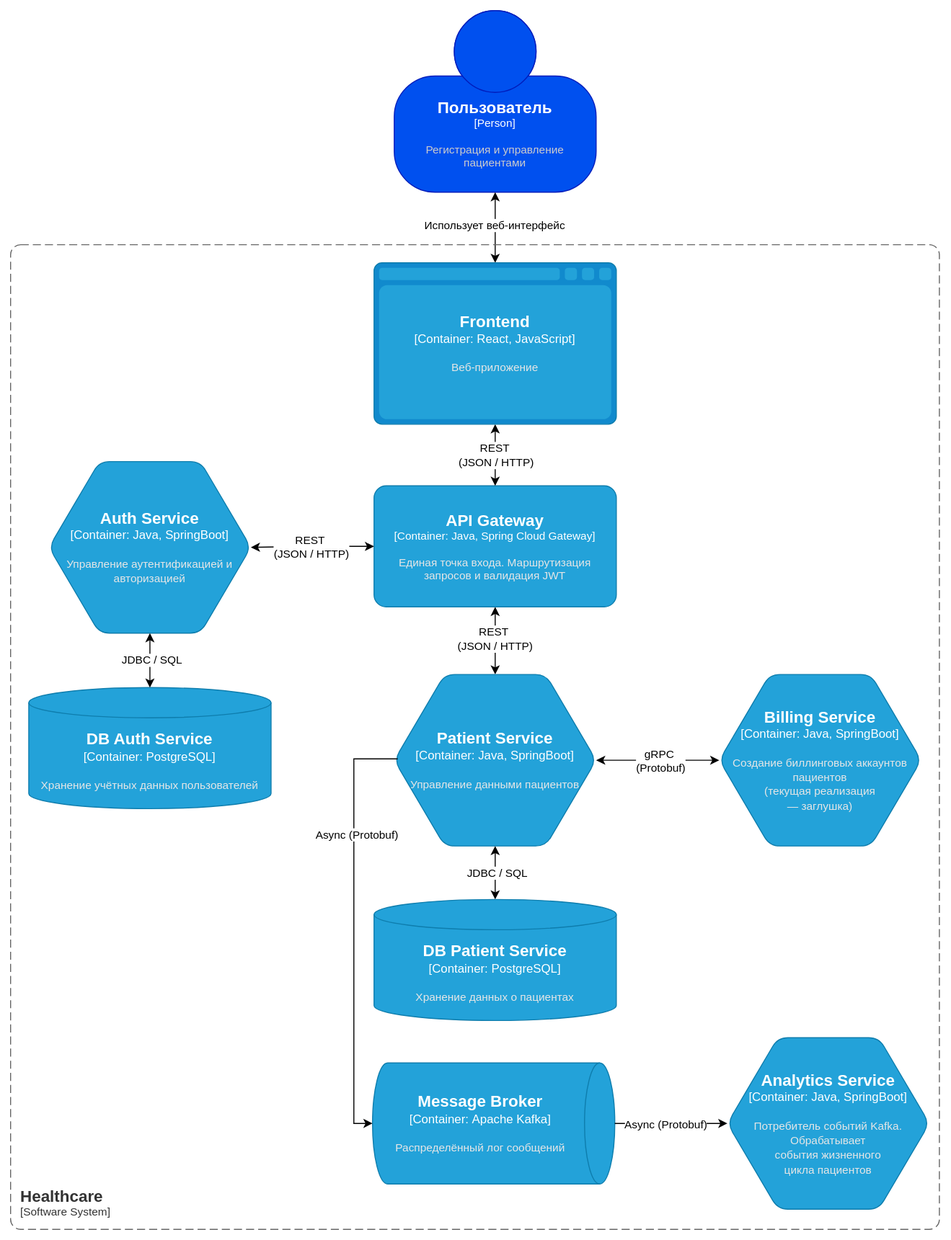
Earlier version of the draw.io export Docs/As-is/Diagrams/HealthcareC4.svg (ni1a207/Healthcare-System). Source tidied: cells renumbered, new cells last; positions are measured from the earlier drawing's top-left corner, leaving out a move shared by most shapes.
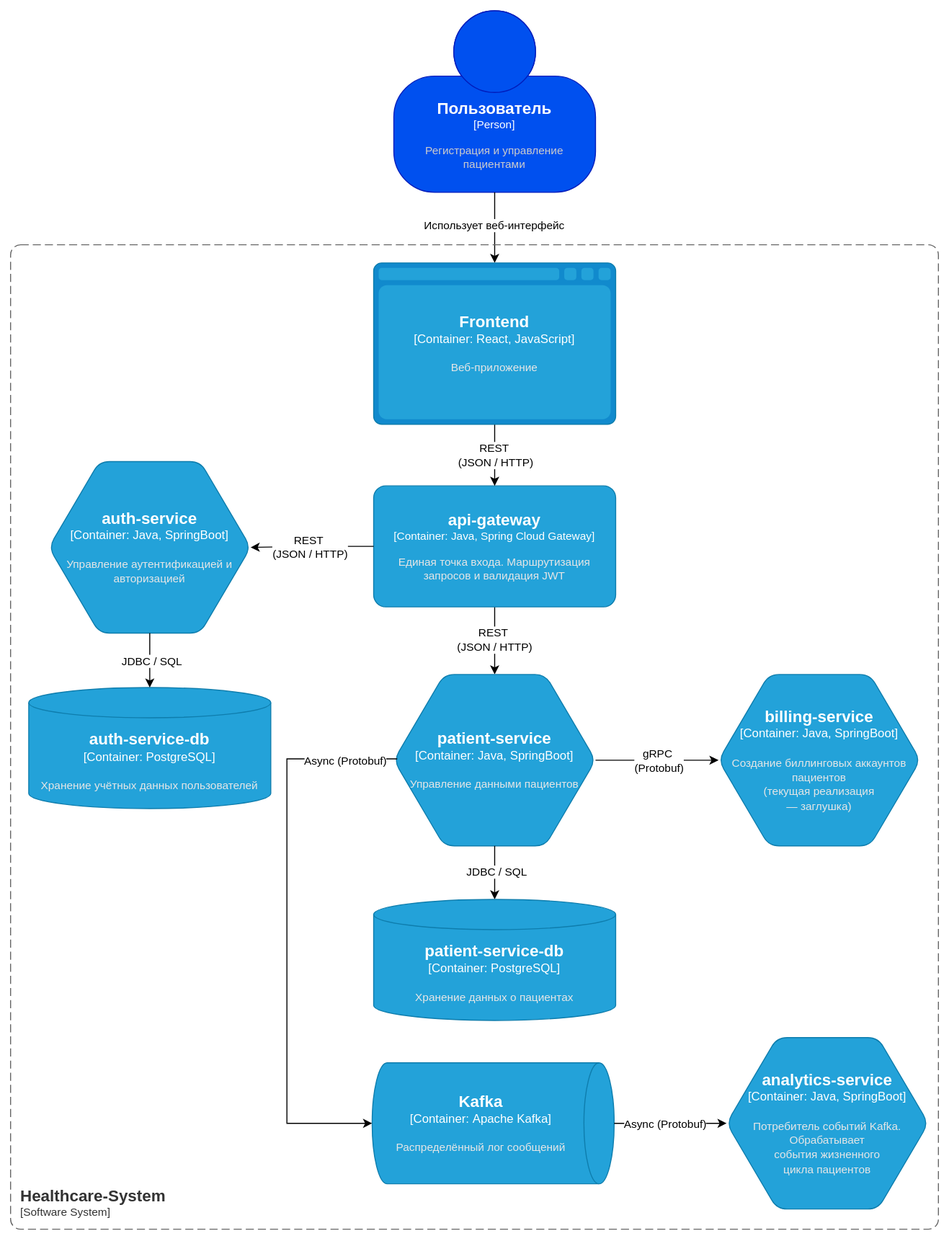
The same diagram one commit later.

The edit, as a diff of the source:
```diff
@@ -7,10 +7,10 @@
         <mxGeometry x="380" width="200" height="180" as="geometry" />
       </mxCell>
     </object>
-    <mxCell id="3" style="edgeStyle=orthogonalEdgeStyle;rounded=0;jettySize=auto;html=1;entryX=0.5;entryY=0;entryDx=0;entryDy=0;entryPerimeter=0;startArrow=classic;startFill=1;" parent="1" edge="1" source="2" target="12">
+    <mxCell id="3" style="edgeStyle=orthogonalEdgeStyle;rounded=0;jettySize=auto;html=1;entryX=0.5;entryY=0;entryDx=0;entryDy=0;entryPerimeter=0;startArrow=none;startFill=0;" parent="1" edge="1" source="2" target="12">
       <mxGeometry relative="1" as="geometry" />
     </mxCell>
-    <mxCell id="4" style="edgeStyle=orthogonalEdgeStyle;rounded=0;jettySize=auto;html=1;startArrow=classic;startFill=1;" parent="1" edge="1" source="6" target="8">
+    <mxCell id="4" style="edgeStyle=orthogonalEdgeStyle;rounded=0;jettySize=auto;html=1;startArrow=none;startFill=0;" parent="1" edge="1" source="6" target="8">
       <mxGeometry relative="1" as="geometry" />
     </mxCell>
     <mxCell id="5" value="REST&amp;nbsp;&lt;div&gt;(JSON / HTTP)&lt;/div&gt;" style="edgeLabel;html=1;align=center;verticalAlign=middle;" parent="4" vertex="1">
@@ -18,27 +18,27 @@
         <mxPoint y="2" as="offset" />
       </mxGeometry>
     </mxCell>
-    <object id="6" label="&lt;font style=&quot;font-size: 16px&quot;&gt;&lt;b&gt;%c4Name%&lt;/b&gt;&lt;/font&gt;&lt;div&gt;[%c4Type%: %c4Technology%]&lt;/div&gt;&lt;br&gt;&lt;div&gt;&lt;font style=&quot;font-size: 11px&quot;&gt;&lt;font color=&quot;#E6E6E6&quot;&gt;%c4Description%&lt;/font&gt;&lt;/div&gt;" c4Description="Единая точка входа. Маршрутизация запросов и валидация JWT" c4Name="API Gateway" c4Technology="Java, Spring Cloud Gateway" c4Type="Container" placeholders="1">
+    <object id="6" label="&lt;font style=&quot;font-size: 16px&quot;&gt;&lt;b&gt;%c4Name%&lt;/b&gt;&lt;/font&gt;&lt;div&gt;[%c4Type%: %c4Technology%]&lt;/div&gt;&lt;br&gt;&lt;div&gt;&lt;font style=&quot;font-size: 11px&quot;&gt;&lt;font color=&quot;#E6E6E6&quot;&gt;%c4Description%&lt;/font&gt;&lt;/div&gt;" c4Description="Единая точка входа. Маршрутизация запросов и валидация JWT" c4Name="api-gateway" c4Technology="Java, Spring Cloud Gateway" c4Type="Container" placeholders="1">
       <mxCell style="rounded=1;whiteSpace=wrap;html=1;fontSize=11;labelBackgroundColor=none;fillColor=#23A2D9;fontColor=#ffffff;align=center;arcSize=10;strokeColor=#0E7DAD;points=[[0.25,0,0],[0.5,0,0],[0.75,0,0],[1,0.25,0],[1,0.5,0],[1,0.75,0],[0.75,1,0],[0.5,1,0],[0.25,1,0],[0,0.75,0],[0,0.5,0],[0,0.25,0]];" parent="1" vertex="1">
         <mxGeometry x="360" y="471" width="240" height="120" as="geometry" />
       </mxCell>
     </object>
-    <object id="7" label="&lt;font style=&quot;font-size: 16px&quot;&gt;&lt;b&gt;%c4Name%&lt;/b&gt;&lt;/font&gt;&lt;div&gt;[%c4Type%:&amp;nbsp;%c4Technology%]&lt;/div&gt;&lt;br&gt;&lt;div&gt;&lt;font style=&quot;font-size: 11px&quot;&gt;&lt;font color=&quot;#E6E6E6&quot;&gt;%c4Description%&lt;/font&gt;&lt;/div&gt;" c4Description="Потребитель событий Kafka. Обрабатывает &#10;события жизненного &#10;цикла пациентов" c4Name="Analytics Service" c4Technology="Java, SpringBoot" c4Type="Container" placeholders="1">
+    <object id="7" label="&lt;font style=&quot;font-size: 16px&quot;&gt;&lt;b&gt;%c4Name%&lt;/b&gt;&lt;/font&gt;&lt;div&gt;[%c4Type%:&amp;nbsp;%c4Technology%]&lt;/div&gt;&lt;br&gt;&lt;div&gt;&lt;font style=&quot;font-size: 11px&quot;&gt;&lt;font color=&quot;#E6E6E6&quot;&gt;%c4Description%&lt;/font&gt;&lt;/div&gt;" c4Description="Потребитель событий Kafka. Обрабатывает &#10;события жизненного &#10;цикла пациентов" c4Name="analytics-service" c4Technology="Java, SpringBoot" c4Type="Container" placeholders="1">
       <mxCell style="shape=hexagon;size=50;perimeter=hexagonPerimeter2;whiteSpace=wrap;html=1;fixedSize=1;rounded=1;labelBackgroundColor=none;fillColor=#23A2D9;fontSize=12;fontColor=#ffffff;align=center;strokeColor=#0E7DAD;points=[[0.5,0,0],[1,0.25,0],[1,0.5,0],[1,0.75,0],[0.5,1,0],[0,0.75,0],[0,0.5,0],[0,0.25,0]];" parent="1" vertex="1">
         <mxGeometry x="710" y="1018" width="200" height="170" as="geometry" />
       </mxCell>
     </object>
-    <object id="8" label="&lt;font style=&quot;font-size: 16px&quot;&gt;&lt;b&gt;%c4Name%&lt;/b&gt;&lt;/font&gt;&lt;div&gt;[%c4Type%:&amp;nbsp;%c4Technology%]&lt;/div&gt;&lt;br&gt;&lt;div&gt;&lt;font style=&quot;font-size: 11px&quot;&gt;&lt;font color=&quot;#E6E6E6&quot;&gt;%c4Description%&lt;/font&gt;&lt;/div&gt;" c4Description="Управление данными пациентов" c4Name="Patient Service" c4Technology="Java, SpringBoot" c4Type="Container" placeholders="1">
+    <object id="8" label="&lt;font style=&quot;font-size: 16px&quot;&gt;&lt;b&gt;%c4Name%&lt;/b&gt;&lt;/font&gt;&lt;div&gt;[%c4Type%:&amp;nbsp;%c4Technology%]&lt;/div&gt;&lt;br&gt;&lt;div&gt;&lt;font style=&quot;font-size: 11px&quot;&gt;&lt;font color=&quot;#E6E6E6&quot;&gt;%c4Description%&lt;/font&gt;&lt;/div&gt;" c4Description="Управление данными пациентов" c4Name="patient-service" c4Technology="Java, SpringBoot" c4Type="Container" placeholders="1">
       <mxCell style="shape=hexagon;size=50;perimeter=hexagonPerimeter2;whiteSpace=wrap;html=1;fixedSize=1;rounded=1;labelBackgroundColor=none;fillColor=#23A2D9;fontSize=12;fontColor=#ffffff;align=center;strokeColor=#0E7DAD;points=[[0.5,0,0],[1,0.25,0],[1,0.5,0],[1,0.75,0],[0.5,1,0],[0,0.75,0],[0,0.5,0],[0,0.25,0]];" parent="1" vertex="1">
         <mxGeometry x="380" y="658" width="200" height="170" as="geometry" />
       </mxCell>
     </object>
-    <object id="9" label="&lt;font style=&quot;font-size: 16px&quot;&gt;&lt;b&gt;%c4Name%&lt;/b&gt;&lt;/font&gt;&lt;div&gt;[%c4Type%:&amp;nbsp;%c4Technology%]&lt;/div&gt;&lt;br&gt;&lt;div&gt;&lt;font style=&quot;font-size: 11px&quot;&gt;&lt;font color=&quot;#E6E6E6&quot;&gt;%c4Description%&lt;/font&gt;&lt;/div&gt;" c4Description="Создание биллинговых аккаунтов пациентов &#10;(текущая реализация &#10;— заглушка)" c4Name="Billing Service" c4Technology="Java, SpringBoot" c4Type="Container" placeholders="1">
+    <object id="9" label="&lt;font style=&quot;font-size: 16px&quot;&gt;&lt;b&gt;%c4Name%&lt;/b&gt;&lt;/font&gt;&lt;div&gt;[%c4Type%:&amp;nbsp;%c4Technology%]&lt;/div&gt;&lt;br&gt;&lt;div&gt;&lt;font style=&quot;font-size: 11px&quot;&gt;&lt;font color=&quot;#E6E6E6&quot;&gt;%c4Description%&lt;/font&gt;&lt;/div&gt;" c4Description="Создание биллинговых аккаунтов пациентов &#10;(текущая реализация &#10;— заглушка)" c4Name="billing-service" c4Technology="Java, SpringBoot" c4Type="Container" placeholders="1">
       <mxCell style="shape=hexagon;size=50;perimeter=hexagonPerimeter2;whiteSpace=wrap;html=1;fixedSize=1;rounded=1;labelBackgroundColor=none;fillColor=#23A2D9;fontSize=12;fontColor=#ffffff;align=center;strokeColor=#0E7DAD;points=[[0.5,0,0],[1,0.25,0],[1,0.5,0],[1,0.75,0],[0.5,1,0],[0,0.75,0],[0,0.5,0],[0,0.25,0]];" parent="1" vertex="1">
         <mxGeometry x="702" y="658" width="200" height="170" as="geometry" />
       </mxCell>
     </object>
-    <mxCell id="10" style="edgeStyle=orthogonalEdgeStyle;rounded=0;jettySize=auto;html=1;startArrow=classic;startFill=1;" parent="1" edge="1" source="12" target="6">
+    <mxCell id="10" style="edgeStyle=orthogonalEdgeStyle;rounded=0;jettySize=auto;html=1;startArrow=none;startFill=0;" parent="1" edge="1" source="12" target="6">
       <mxGeometry relative="1" as="geometry" />
     </mxCell>
     <mxCell id="11" value="REST&amp;nbsp;&lt;div&gt;(JSON / HTTP)&lt;/div&gt;" style="edgeLabel;html=1;align=center;verticalAlign=middle;" parent="10" vertex="1">
@@ -51,13 +51,13 @@
         <mxGeometry x="360" y="250" width="240" height="160" as="geometry" />
       </mxCell>
     </object>
-    <mxCell id="13" style="edgeStyle=orthogonalEdgeStyle;rounded=0;jettySize=auto;html=1;entryX=0.5;entryY=0;entryDx=0;entryDy=0;entryPerimeter=0;startArrow=classic;startFill=1;" parent="1" edge="1" source="8" target="22">
+    <mxCell id="13" style="edgeStyle=orthogonalEdgeStyle;rounded=0;jettySize=auto;html=1;entryX=0.5;entryY=0;entryDx=0;entryDy=0;entryPerimeter=0;startArrow=none;startFill=0;" parent="1" edge="1" source="8" target="22">
       <mxGeometry relative="1" as="geometry" />
     </mxCell>
     <mxCell id="14" value="JDBC / SQL" style="edgeLabel;html=1;align=center;verticalAlign=middle;" parent="13" vertex="1">
       <mxGeometry x="-0.04" y="1" relative="1" as="geometry" />
     </mxCell>
-    <object id="15" label="&lt;font style=&quot;font-size: 16px&quot;&gt;&lt;b&gt;%c4Name%&lt;/b&gt;&lt;/font&gt;&lt;div&gt;[%c4Type%:&amp;nbsp;%c4Technology%]&lt;/div&gt;&lt;br&gt;&lt;div&gt;&lt;font style=&quot;font-size: 11px&quot;&gt;&lt;font color=&quot;#E6E6E6&quot;&gt;%c4Description%&lt;/font&gt;&lt;/div&gt;" c4Description="Распределённый лог сообщений" c4Name="Message Broker" c4Technology="Apache Kafka" c4Type="Container" placeholders="1">
+    <object id="15" label="&lt;font style=&quot;font-size: 16px&quot;&gt;&lt;b&gt;%c4Name%&lt;/b&gt;&lt;/font&gt;&lt;div&gt;[%c4Type%:&amp;nbsp;%c4Technology%]&lt;/div&gt;&lt;br&gt;&lt;div&gt;&lt;font style=&quot;font-size: 11px&quot;&gt;&lt;font color=&quot;#E6E6E6&quot;&gt;%c4Description%&lt;/font&gt;&lt;/div&gt;" c4Description="Распределённый лог сообщений" c4Name="Kafka" c4Technology="Apache Kafka" c4Type="Container" placeholders="1">
       <mxCell style="shape=cylinder3;size=15;direction=south;whiteSpace=wrap;html=1;boundedLbl=1;rounded=0;labelBackgroundColor=none;fillColor=#23A2D9;fontSize=12;fontColor=#ffffff;align=center;strokeColor=#0E7DAD;points=[[0.5,0,0],[1,0.25,0],[1,0.5,0],[1,0.75,0],[0.5,1,0],[0,0.75,0],[0,0.5,0],[0,0.25,0]];" parent="1" vertex="1">
         <mxGeometry x="358.5" y="1043" width="240" height="120" as="geometry" />
       </mxCell>
@@ -65,33 +65,33 @@
     <mxCell id="16" value="Использует веб-интерфейс&amp;nbsp;" style="edgeLabel;html=1;align=center;verticalAlign=middle;" parent="1" vertex="1">
       <mxGeometry x="480" y="212" as="geometry" />
     </mxCell>
-    <object id="17" label="&lt;font style=&quot;font-size: 16px&quot;&gt;&lt;b&gt;&lt;div style=&quot;text-align: left&quot;&gt;%c4Name%&lt;/div&gt;&lt;/b&gt;&lt;/font&gt;&lt;div style=&quot;text-align: left&quot;&gt;[%c4Application%]&lt;/div&gt;" c4Application="Software System" c4Name="Healthcare" c4Type="SystemScopeBoundary" placeholders="1">
+    <object id="17" label="&lt;font style=&quot;font-size: 16px&quot;&gt;&lt;b&gt;&lt;div style=&quot;text-align: left&quot;&gt;%c4Name%&lt;/div&gt;&lt;/b&gt;&lt;/font&gt;&lt;div style=&quot;text-align: left&quot;&gt;[%c4Application%]&lt;/div&gt;" c4Application="Software System" c4Name="Healthcare-System" c4Type="SystemScopeBoundary" placeholders="1">
       <mxCell style="rounded=1;fontSize=11;whiteSpace=wrap;html=1;dashed=1;arcSize=20;fillColor=none;strokeColor=#666666;fontColor=#333333;labelBackgroundColor=none;align=left;verticalAlign=bottom;labelBorderColor=none;spacingTop=0;spacing=10;dashPattern=8 4;perimeter=rectanglePerimeter;noLabel=0;labelPadding=0;absoluteArcSize=1;" parent="1" vertex="1">
         <mxGeometry y="232" width="920" height="976" as="geometry" />
       </mxCell>
     </object>
-    <object id="18" label="&lt;font style=&quot;font-size: 16px&quot;&gt;&lt;b&gt;%c4Name%&lt;/b&gt;&lt;/font&gt;&lt;div&gt;[%c4Type%:&amp;nbsp;%c4Technology%]&lt;/div&gt;&lt;br&gt;&lt;div&gt;&lt;font style=&quot;font-size: 11px&quot;&gt;&lt;font color=&quot;#E6E6E6&quot;&gt;%c4Description%&lt;/font&gt;&lt;/div&gt;" c4Description="Управление аутентификацией и авторизацией" c4Name="Auth Service" c4Technology="Java, SpringBoot" c4Type="Container" placeholders="1">
+    <object id="18" label="&lt;font style=&quot;font-size: 16px&quot;&gt;&lt;b&gt;%c4Name%&lt;/b&gt;&lt;/font&gt;&lt;div&gt;[%c4Type%:&amp;nbsp;%c4Technology%]&lt;/div&gt;&lt;br&gt;&lt;div&gt;&lt;font style=&quot;font-size: 11px&quot;&gt;&lt;font color=&quot;#E6E6E6&quot;&gt;%c4Description%&lt;/font&gt;&lt;/div&gt;" c4Description="Управление аутентификацией и авторизацией" c4Name="auth-service" c4Technology="Java, SpringBoot" c4Type="Container" placeholders="1">
       <mxCell style="shape=hexagon;size=50;perimeter=hexagonPerimeter2;whiteSpace=wrap;html=1;fixedSize=1;rounded=1;labelBackgroundColor=none;fillColor=#23A2D9;fontSize=12;fontColor=#ffffff;align=center;strokeColor=#0E7DAD;points=[[0.5,0,0],[1,0.25,0],[1,0.5,0],[1,0.75,0],[0.5,1,0],[0,0.75,0],[0,0.5,0],[0,0.25,0]];" parent="1" vertex="1">
         <mxGeometry x="38" y="447" width="200" height="170" as="geometry" />
       </mxCell>
     </object>
-    <object id="19" label="&lt;font style=&quot;font-size: 16px&quot;&gt;&lt;b&gt;%c4Name%&lt;/b&gt;&lt;/font&gt;&lt;div&gt;[%c4Type%:&amp;nbsp;%c4Technology%]&lt;/div&gt;&lt;br&gt;&lt;div&gt;&lt;font style=&quot;font-size: 11px&quot;&gt;&lt;font color=&quot;#E6E6E6&quot;&gt;%c4Description%&lt;/font&gt;&lt;/div&gt;" c4Description="Хранение учётных данных пользователей " c4Name="DB Auth Service" c4Technology="PostgreSQL" c4Type="Container" placeholders="1">
+    <object id="19" label="&lt;font style=&quot;font-size: 16px&quot;&gt;&lt;b&gt;%c4Name%&lt;/b&gt;&lt;/font&gt;&lt;div&gt;[%c4Type%:&amp;nbsp;%c4Technology%]&lt;/div&gt;&lt;br&gt;&lt;div&gt;&lt;font style=&quot;font-size: 11px&quot;&gt;&lt;font color=&quot;#E6E6E6&quot;&gt;%c4Description%&lt;/font&gt;&lt;/div&gt;" c4Description="Хранение учётных данных пользователей " c4Name="auth-service-db" c4Technology="PostgreSQL" c4Type="Container" placeholders="1">
       <mxCell style="shape=cylinder3;size=15;whiteSpace=wrap;html=1;boundedLbl=1;rounded=0;labelBackgroundColor=none;fillColor=#23A2D9;fontSize=12;fontColor=#ffffff;align=center;strokeColor=#0E7DAD;points=[[0.5,0,0],[1,0.25,0],[1,0.5,0],[1,0.75,0],[0.5,1,0],[0,0.75,0],[0,0.5,0],[0,0.25,0]];" parent="1" vertex="1">
         <mxGeometry x="18" y="671" width="240" height="120" as="geometry" />
       </mxCell>
     </object>
-    <mxCell id="20" style="edgeStyle=orthogonalEdgeStyle;rounded=0;jettySize=auto;html=1;entryX=0.5;entryY=0;entryDx=0;entryDy=0;entryPerimeter=0;startArrow=classic;startFill=1;" parent="1" edge="1" source="18" target="19">
+    <mxCell id="20" style="edgeStyle=orthogonalEdgeStyle;rounded=0;jettySize=auto;html=1;entryX=0.5;entryY=0;entryDx=0;entryDy=0;entryPerimeter=0;startArrow=none;startFill=0;" parent="1" edge="1" source="18" target="19">
       <mxGeometry relative="1" as="geometry" />
     </mxCell>
     <mxCell id="21" value="JDBC / SQL" style="edgeLabel;html=1;align=center;verticalAlign=middle;" parent="20" vertex="1">
       <mxGeometry x="-0.03" y="1" relative="1" as="geometry" />
     </mxCell>
-    <object id="22" label="&lt;font style=&quot;font-size: 16px&quot;&gt;&lt;b&gt;%c4Name%&lt;/b&gt;&lt;/font&gt;&lt;div&gt;[%c4Type%:&amp;nbsp;%c4Technology%]&lt;/div&gt;&lt;br&gt;&lt;div&gt;&lt;font style=&quot;font-size: 11px&quot;&gt;&lt;font color=&quot;#E6E6E6&quot;&gt;%c4Description%&lt;/font&gt;&lt;/div&gt;" c4Description="Хранение данных о пациентах " c4Name="DB Patient Service" c4Technology="PostgreSQL" c4Type="Container" placeholders="1">
+    <object id="22" label="&lt;font style=&quot;font-size: 16px&quot;&gt;&lt;b&gt;%c4Name%&lt;/b&gt;&lt;/font&gt;&lt;div&gt;[%c4Type%:&amp;nbsp;%c4Technology%]&lt;/div&gt;&lt;br&gt;&lt;div&gt;&lt;font style=&quot;font-size: 11px&quot;&gt;&lt;font color=&quot;#E6E6E6&quot;&gt;%c4Description%&lt;/font&gt;&lt;/div&gt;" c4Description="Хранение данных о пациентах " c4Name="patient-service-db" c4Technology="PostgreSQL" c4Type="Container" placeholders="1">
       <mxCell style="shape=cylinder3;size=15;whiteSpace=wrap;html=1;boundedLbl=1;rounded=0;labelBackgroundColor=none;fillColor=#23A2D9;fontSize=12;fontColor=#ffffff;align=center;strokeColor=#0E7DAD;points=[[0.5,0,0],[1,0.25,0],[1,0.5,0],[1,0.75,0],[0.5,1,0],[0,0.75,0],[0,0.5,0],[0,0.25,0]];" parent="1" vertex="1">
         <mxGeometry x="360" y="881" width="240" height="120" as="geometry" />
       </mxCell>
     </object>
-    <mxCell id="23" style="edgeStyle=orthogonalEdgeStyle;rounded=0;jettySize=auto;html=1;entryX=0;entryY=0.5;entryDx=0;entryDy=0;entryPerimeter=0;startArrow=classic;startFill=1;" parent="1" edge="1" source="8" target="9">
+    <mxCell id="23" style="edgeStyle=orthogonalEdgeStyle;rounded=0;jettySize=auto;html=1;entryX=0;entryY=0.5;entryDx=0;entryDy=0;entryPerimeter=0;startArrow=none;startFill=0;" parent="1" edge="1" source="8" target="9">
       <mxGeometry relative="1" as="geometry" />
     </mxCell>
     <mxCell id="24" value="gRPC&amp;nbsp;&lt;div&gt;(Protobuf)&lt;/div&gt;" style="edgeLabel;html=1;align=center;verticalAlign=middle;" parent="23" vertex="1">
@@ -99,7 +99,7 @@
         <mxPoint x="-6" y="-1" as="offset" />
       </mxGeometry>
     </mxCell>
-    <mxCell id="25" style="edgeStyle=orthogonalEdgeStyle;rounded=0;jettySize=auto;html=1;entryX=1;entryY=0.5;entryDx=0;entryDy=0;entryPerimeter=0;exitX=0;exitY=0.5;exitDx=0;exitDy=0;exitPerimeter=0;startArrow=classic;startFill=1;" parent="1" edge="1" source="6" target="18">
+    <mxCell id="25" style="edgeStyle=orthogonalEdgeStyle;rounded=0;jettySize=auto;html=1;entryX=1;entryY=0.5;entryDx=0;entryDy=0;entryPerimeter=0;exitX=0;exitY=0.5;exitDx=0;exitDy=0;exitPerimeter=0;startArrow=none;startFill=0;" parent="1" edge="1" source="6" target="18">
       <mxGeometry relative="1" as="geometry" />
     </mxCell>
     <mxCell id="26" value="REST&amp;nbsp;&lt;div&gt;(JSON / HTTP)&lt;/div&gt;" style="edgeLabel;html=1;align=center;verticalAlign=middle;" parent="25" vertex="1">
@@ -123,14 +123,14 @@
     <mxCell id="29" style="edgeStyle=orthogonalEdgeStyle;rounded=0;jettySize=auto;html=1;entryX=0.5;entryY=1;entryDx=0;entryDy=0;entryPerimeter=0;exitX=0.017;exitY=0.492;exitDx=0;exitDy=0;exitPerimeter=0;" parent="1" edge="1" source="8" target="15">
       <mxGeometry relative="1" as="geometry">
         <Array as="points">
-          <mxPoint x="340" y="742" />
-          <mxPoint x="340" y="1103" />
+          <mxPoint x="274" y="742" />
+          <mxPoint x="274" y="1103" />
         </Array>
       </mxGeometry>
     </mxCell>
     <mxCell id="30" value="Async (Protobuf)" style="edgeLabel;html=1;align=center;verticalAlign=middle;" parent="29" vertex="1">
       <mxGeometry x="-0.54" y="-2" relative="1" as="geometry">
-        <mxPoint x="4" y="21" as="offset" />
+        <mxPoint x="59" y="-17" as="offset" />
       </mxGeometry>
     </mxCell>
   </root>
```
